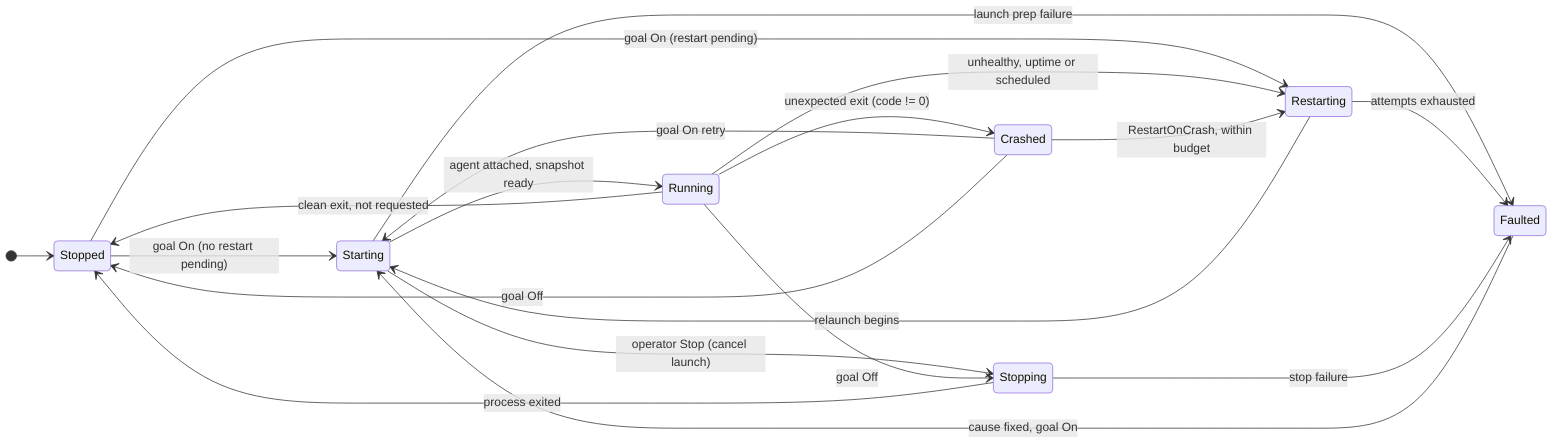
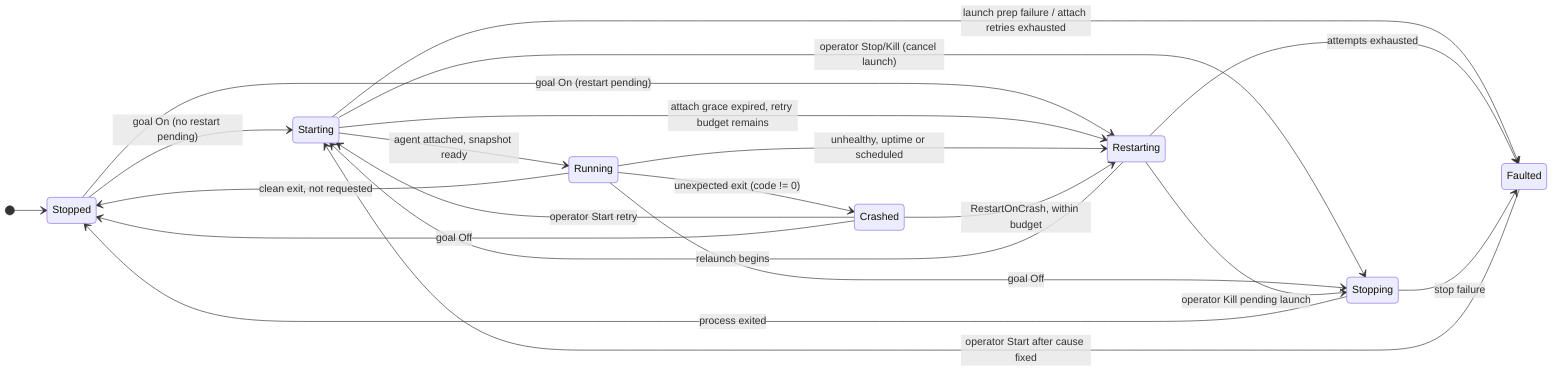
stateDiagram-v2
    direction LR
    [*] --> Stopped
    Stopped --> Starting: goal On (no restart pending)
    Stopped --> Restarting: goal On (restart pending)
    Starting --> Running: agent attached, snapshot ready
-     Starting --> Stopping: operator Stop (cancel launch)
-     Starting --> Faulted: launch prep failure
+     Starting --> Restarting: attach grace expired, retry budget remains
+     Starting --> Stopping: operator Stop/Kill (cancel launch)
+     Starting --> Faulted: launch prep failure / attach retries exhausted
    Running --> Stopping: goal Off
    Running --> Restarting: unhealthy, uptime or scheduled
    Running --> Crashed: unexpected exit (code != 0)
    Running --> Stopped: clean exit, not requested
    Restarting --> Starting: relaunch begins
+     Restarting --> Stopping: operator Kill pending launch
    Restarting --> Faulted: attempts exhausted
    Stopping --> Stopped: process exited
    Stopping --> Faulted: stop failure
    Crashed --> Restarting: RestartOnCrash, within budget
-     Crashed --> Starting: goal On retry
+     Crashed --> Starting: operator Start retry
    Crashed --> Stopped: goal Off
-     Faulted --> Starting: cause fixed, goal On
+     Faulted --> Starting: operator Start after cause fixed
